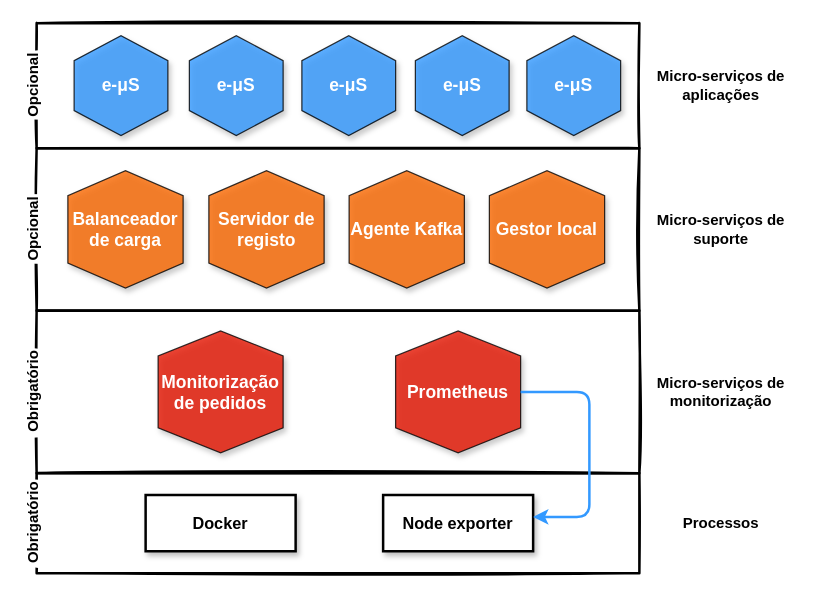
danielfct/master-thesis keeps this draw.io diagram as node.drawio. Above is the earlier version. Source tidied: cells renumbered, new cells numbered last; positions are measured from the earlier drawing's top-left corner, leaving out a move shared by most shapes. Both pictures are drawn from the tidied source at 125%, with x=0, y=0 at pixel (-11, 22).
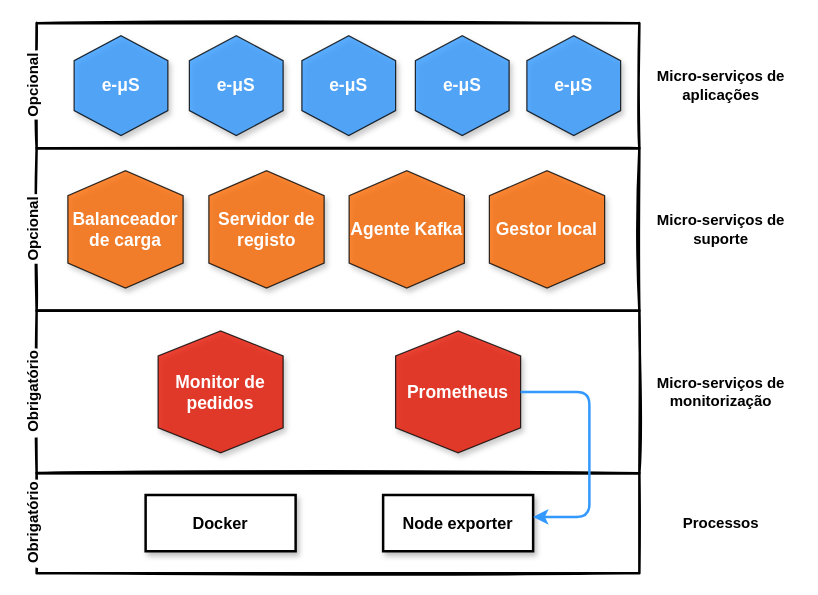
The same page after the edit.

Change to the diagram source:
```diff
@@
-    <mxCell id="15" value="&lt;b style=&quot;color: rgb(255 , 255 , 255) ; font-family: &amp;#34;arial&amp;#34; , sans-serif ; font-size: 14px ; text-align: left&quot;&gt;Monitorização de pedidos&lt;/b&gt;" style="shape=hexagon;perimeter=hexagonPerimeter2;whiteSpace=wrap;html=1;fixedSize=1;shadow=1;sketch=0;strokeWidth=1;direction=south;fillColor=#e51400;fontColor=#ffffff;opacity=80;" parent="1" vertex="1">
+    <mxCell id="15" value="&lt;b style=&quot;color: rgb(255 , 255 , 255) ; font-family: &amp;#34;arial&amp;#34; , sans-serif ; font-size: 14px ; text-align: left&quot;&gt;Monitor de pedidos&lt;/b&gt;" style="shape=hexagon;perimeter=hexagonPerimeter2;whiteSpace=wrap;html=1;fixedSize=1;shadow=1;sketch=0;strokeWidth=1;direction=south;fillColor=#e51400;fontColor=#ffffff;opacity=80;" parent="1" vertex="1">
       <mxGeometry x="135" y="246.2" width="100" height="97.5" as="geometry" />
     </mxCell>
```
